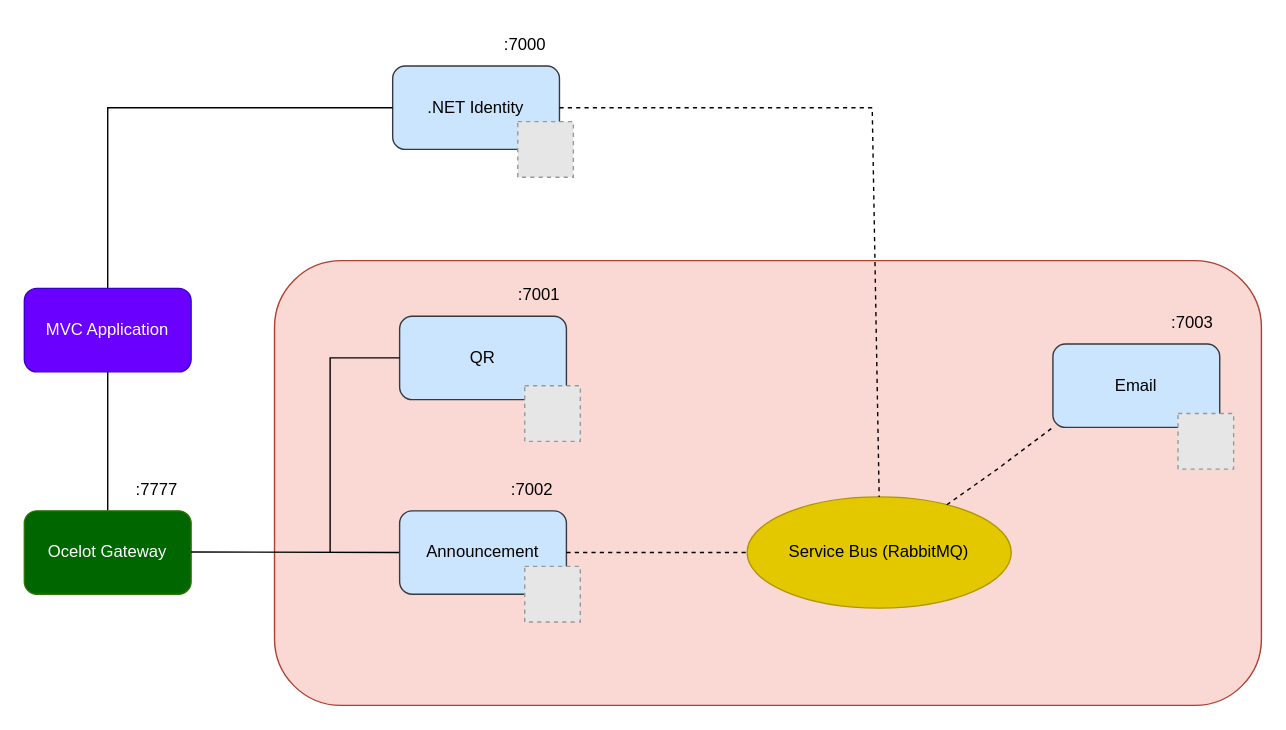
Earlier version of the draw.io diagram Diagrams/MicroservicesDiagram.drawio (Calmen00-code/AttendanceTrackerMicroservices). Source tidied: cells renumbered, new cells numbered last; positions are measured from the earlier drawing's top-left corner, leaving out a move shared by most shapes. Both pictures are drawn from the tidied source at 139%, with x=0, y=0 at pixel (24, 24). Pictures stored in the file or linked from it are replaced by grey dashed boxes.
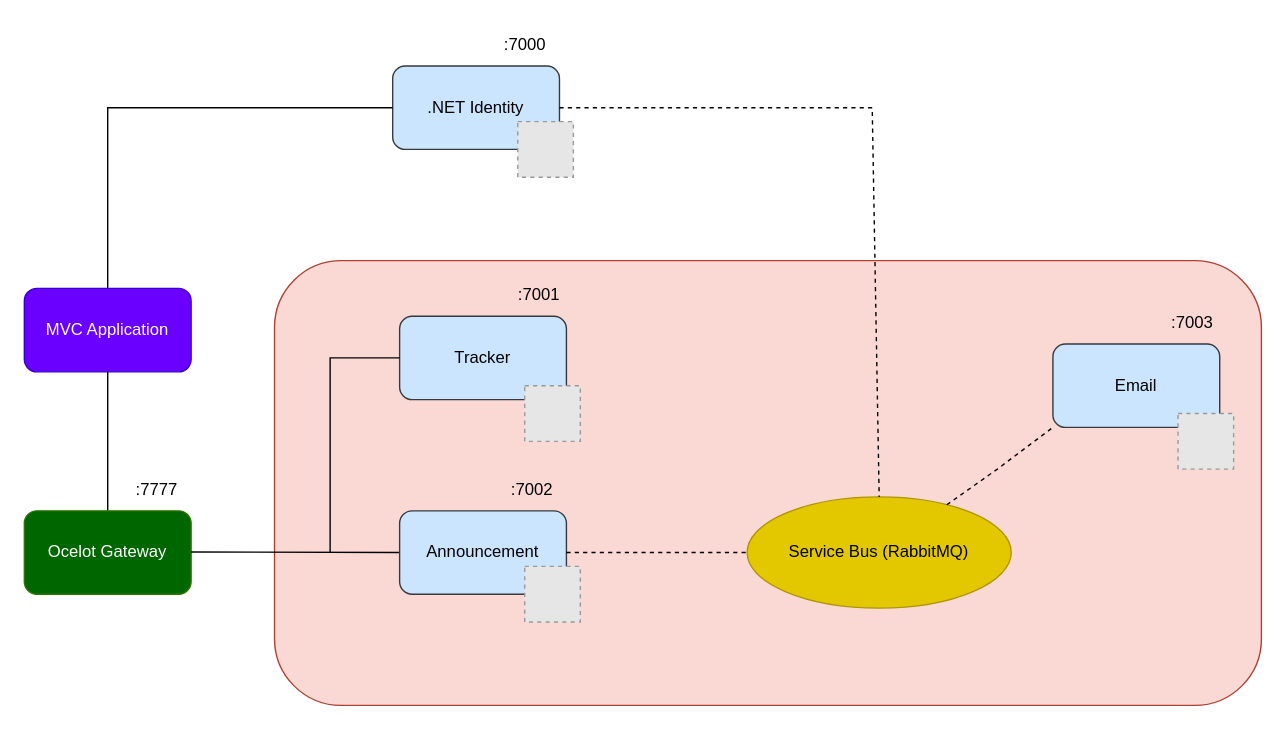
After the change.

Commit message (it also covers changes not shown here):
Update microservice diagram to rename QR into Tracker

The edit, as a diff of the source:
```diff
@@
-    <mxCell id="13" value="QR" style="rounded=1;whiteSpace=wrap;html=1;fillColor=#cce5ff;strokeColor=#36393d;" parent="1" vertex="1">
+    <mxCell id="13" value="Tracker" style="rounded=1;whiteSpace=wrap;html=1;fillColor=#cce5ff;strokeColor=#36393d;" parent="1" vertex="1">
       <mxGeometry x="270" y="210" width="120" height="60" as="geometry" />
     </mxCell>
```
